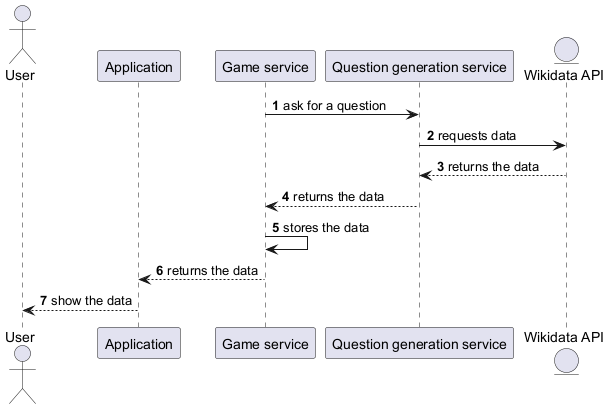
Above: images/Question generation 1 diagram.png in Arquisoft/wichat_en3a (PlantUML), before the change. The source it was exported from:
```plantuml
@startuml
autonumber
actor User
participant Application
participant "Game service"
participant "Question generation service"
entity "Wikidata API"

"Game service" -> "Question generation service": ask for a question
"Question generation service" -> "Wikidata API": requests data
"Wikidata API" --> "Question generation service": returns the data
"Question generation service" --> "Game service": returns the data
"Game service" -> "Game service": stores the data
"Game service" --> Application: returns the data
Application --> User: show the data
@enduml
```
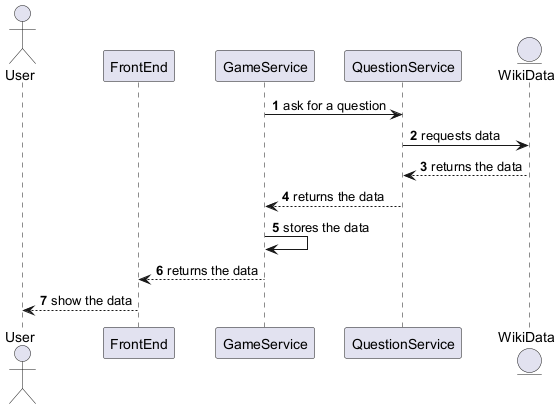
Later version of the same file.

Diff of the diagram source:
```diff
@@ -1,16 +1,16 @@
 @startuml
 autonumber
 actor User
-participant Application
-participant "Game service"
-participant "Question generation service"
-entity "Wikidata API"
+participant FrontEnd
+participant GameService
+participant QuestionService
+entity WikiData
 
-"Game service" -> "Question generation service": ask for a question
-"Question generation service" -> "Wikidata API": requests data
-"Wikidata API" --> "Question generation service": returns the data
-"Question generation service" --> "Game service": returns the data
-"Game service" -> "Game service": stores the data
-"Game service" --> Application: returns the data
-Application --> User: show the data
+GameService -> QuestionService: ask for a question
+QuestionService -> WikiData: requests data
+WikiData --> QuestionService: returns the data
+QuestionService --> GameService: returns the data
+GameService -> GameService: stores the data
+GameService --> FrontEnd: returns the data
+FrontEnd --> User: show the data
 @enduml
```
